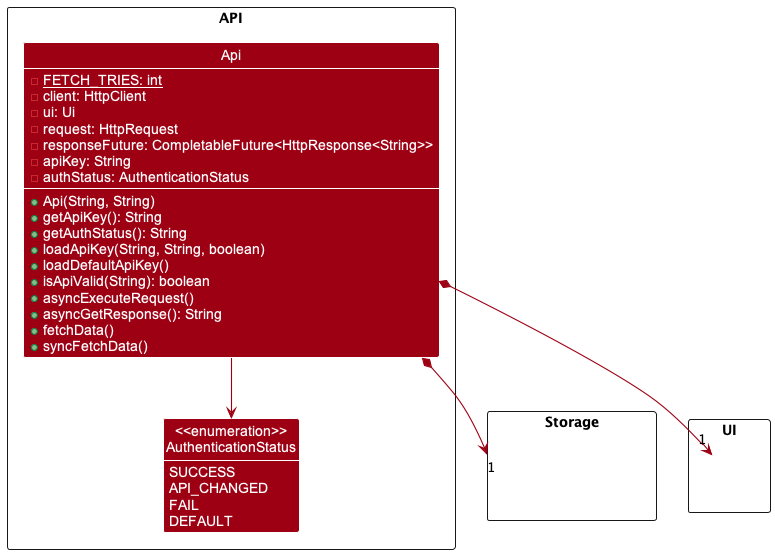
The PlantUML diagram docs/images/ApiClassDiagram.png in nus-cs2113-AY2223S1/tp, before a commit. The source it was exported from:
```plantuml
@startuml
!include style.puml
skinparam arrowThickness 1.1
skinparam arrowColor MODEL_COLOR
skinparam classBackgroundColor MODEL_COLOR
show field
show methods

package Storage <<Rectangle>> {
Class HiddenStorage #FFFFFF
}

package UI <<Rectangle>> {
Class Ui #FFFFFF
}

package API <<Rectangle>> {
Class Api {
    -<u>FETCH_TRIES: int
    -client: HttpClient
    -ui: Ui
    -request: HttpRequest
    -responseFuture: CompletableFuture<HttpResponse<String>>
    -apiKey: String
    -authStatus: AuthenticationStatus
    +Api(String, String)
    +getApiKey(): String
    +getAuthStatus(): String
    +loadApiKey(String, String, boolean)
    +loadDefaultApiKey()
    +isApiValid(String): boolean
    +asyncExecuteRequest()
    +asyncGetResponse(): String
    +fetchData()
    +syncFetchData()
    }

Class "<<enumeration>>\nAuthenticationStatus" as AuthenticationStatus
    {
        SUCCESS
        API_CHANGED
        FAIL
        DEFAULT
    }
    hide empty methods
}

Api --> AuthenticationStatus
Api *-->"1" Storage
Api *-->"1" Ui

@enduml
```
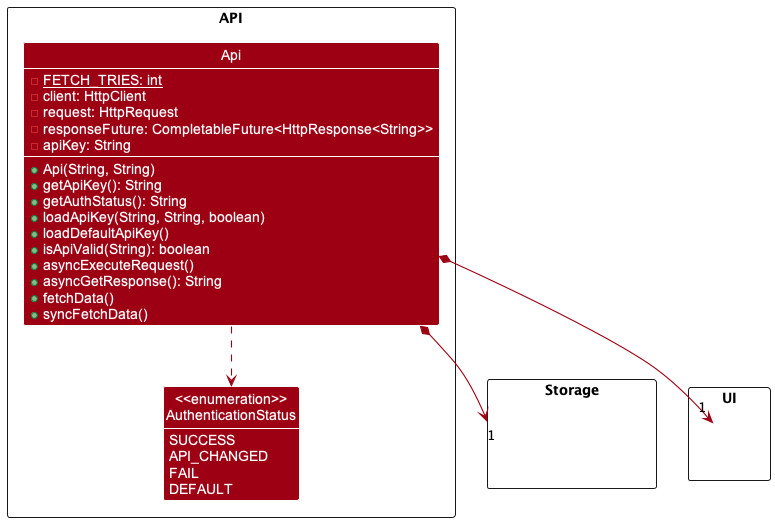
After the commit.

The edit, as a diff of the source:
```diff
@@ -18,11 +18,9 @@
 Class Api {
     -<u>FETCH_TRIES: int
     -client: HttpClient
-    -ui: Ui
     -request: HttpRequest
     -responseFuture: CompletableFuture<HttpResponse<String>>
     -apiKey: String
-    -authStatus: AuthenticationStatus
     +Api(String, String)
     +getApiKey(): String
     +getAuthStatus(): String
@@ -45,7 +43,7 @@
     hide empty methods
 }
 
-Api --> AuthenticationStatus
+Api -[dashed]-> AuthenticationStatus
 Api *-->"1" Storage
 Api *-->"1" Ui
 
```
